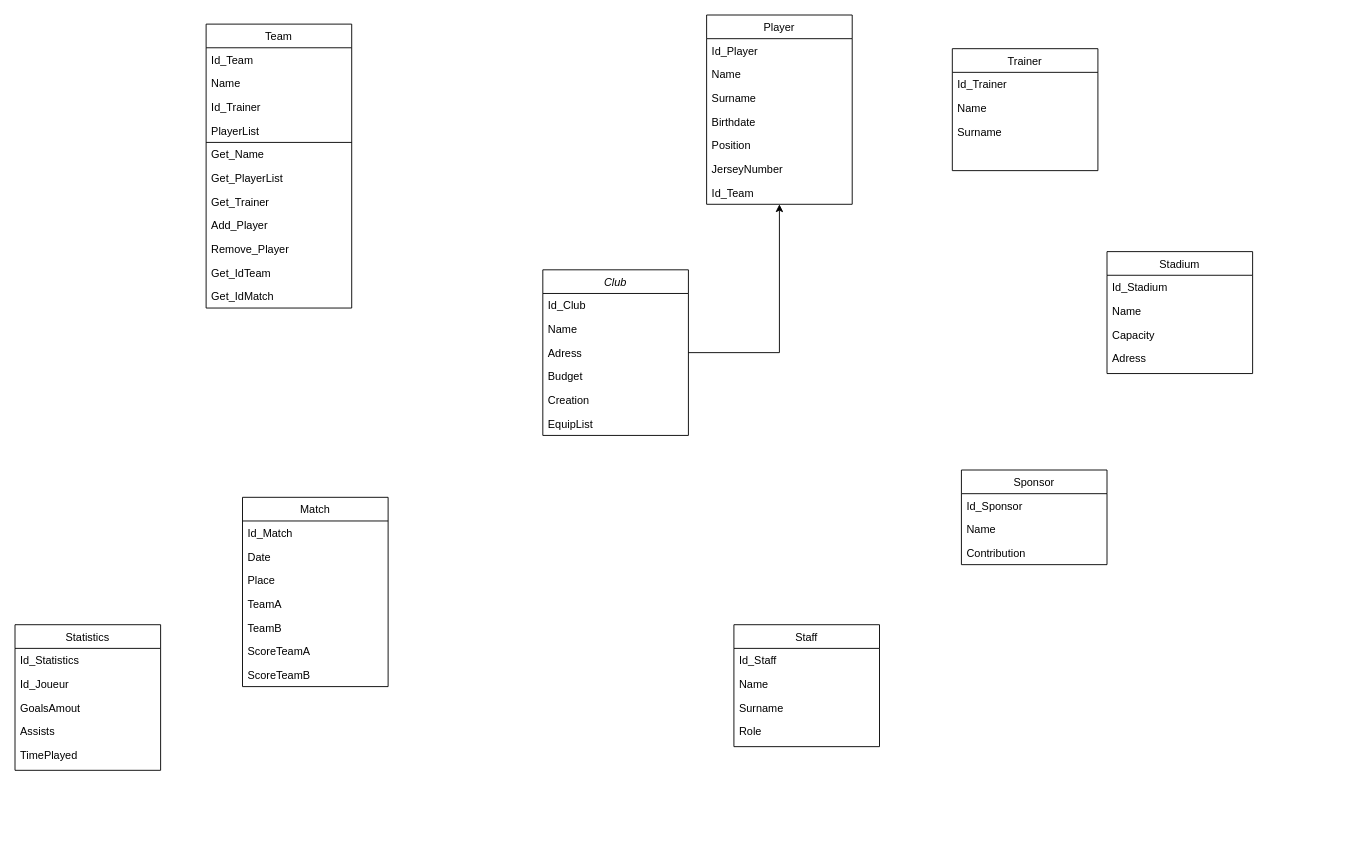
Earlier version of the draw.io diagram Diagramme sans nom.drawio (Maxou-153/MonomeBreche). Source tidied: cells renumbered, new cells numbered last; positions are measured from the earlier drawing's top-left corner, leaving out a move shared by most shapes. Both pictures are drawn from the tidied source at 91%, with x=0, y=0 at pixel (15, 15).
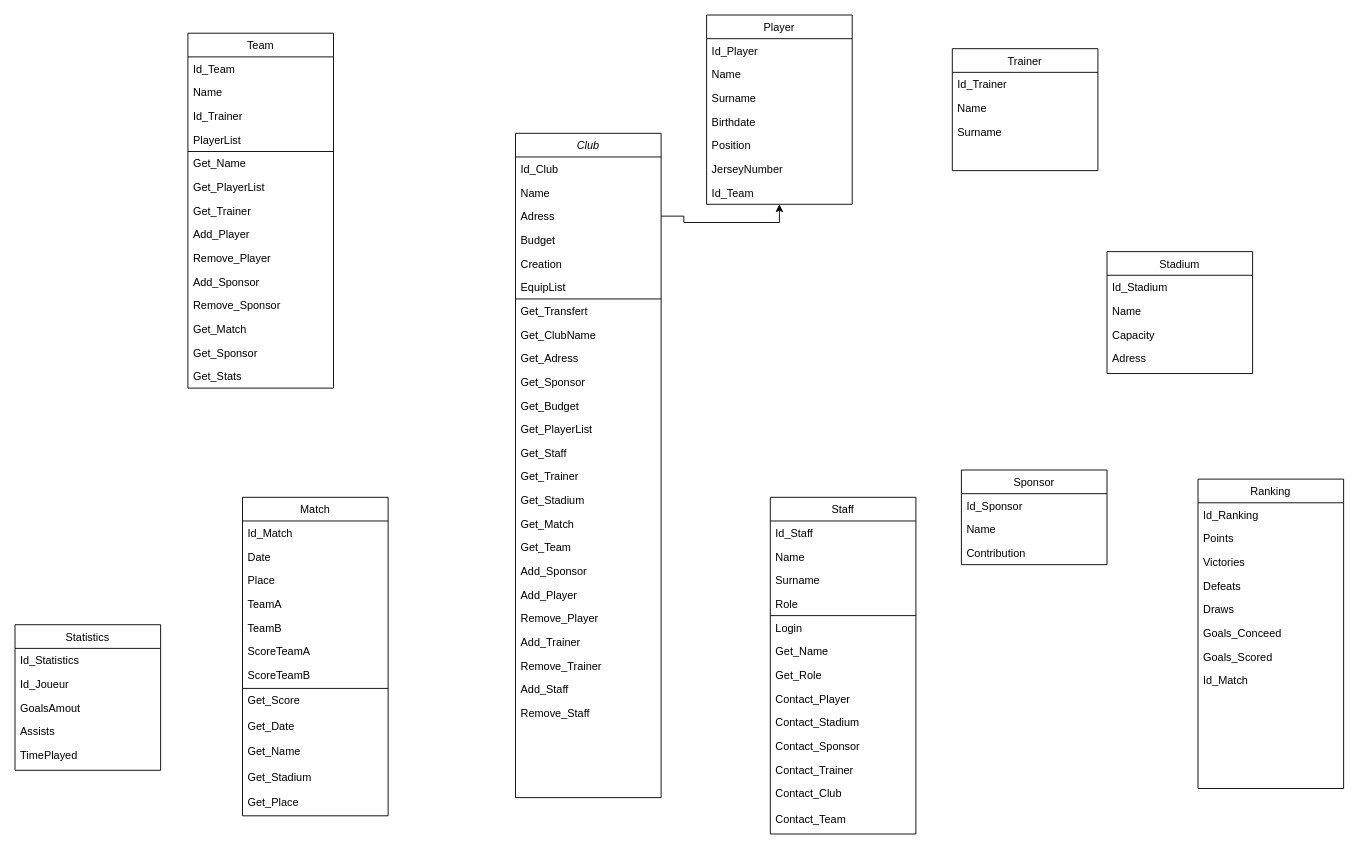
After the change.

Commit message (it also covers changes not shown here):
Mettre à jour Diagramme sans nom.drawio

Change to the diagram source:
```diff
@@
     <mxCell id="2" value="Club" style="swimlane;fontStyle=2;align=center;verticalAlign=top;horizontal=1;startSize=26;rounded=0;shadow=0;strokeWidth=1;" parent="1" vertex="1">
-      <mxGeometry x="580" y="280" width="160" height="182" as="geometry" />
+      <mxGeometry x="550" y="130" width="160" height="730" as="geometry" />
     </mxCell>
@@
+    <mxCell id="63" style="endArrow=none;html=1;rounded=0;" parent="2" edge="1">
+      <mxGeometry relative="1" as="geometry">
+        <mxPoint y="182" as="sourcePoint" />
+        <mxPoint x="160" y="182" as="targetPoint" />
+      </mxGeometry>
+    </mxCell>
+    <mxCell id="64" value="Get_Transfert" style="text;align=left;verticalAlign=top;spacingLeft=4;spacingRight=4;overflow=hidden;rounded=0;shadow=0;html=0;" parent="2" vertex="1">
+      <mxGeometry y="182" width="160" height="26" as="geometry" />
+    </mxCell>
+    <mxCell id="65" value="Get_ClubName" style="text;align=left;verticalAlign=top;spacingLeft=4;spacingRight=4;overflow=hidden;rounded=0;shadow=0;html=0;" parent="2" vertex="1">
+      <mxGeometry y="208" width="160" height="26" as="geometry" />
+    </mxCell>
+    <mxCell id="66" value="Get_Adress" style="text;align=left;verticalAlign=top;spacingLeft=4;spacingRight=4;overflow=hidden;rounded=0;shadow=0;html=0;" parent="2" vertex="1">
+      <mxGeometry y="234" width="160" height="26" as="geometry" />
+    </mxCell>
+    <mxCell id="67" value="Get_Sponsor" style="text;align=left;verticalAlign=top;spacingLeft=4;spacingRight=4;overflow=hidden;rounded=0;shadow=0;html=0;" parent="2" vertex="1">
+      <mxGeometry y="260" width="160" height="26" as="geometry" />
+    </mxCell>
+    <mxCell id="68" value="Get_Budget" style="text;align=left;verticalAlign=top;spacingLeft=4;spacingRight=4;overflow=hidden;rounded=0;shadow=0;html=0;" parent="2" vertex="1">
+      <mxGeometry y="286" width="160" height="26" as="geometry" />
+    </mxCell>
+    <mxCell id="69" value="Get_PlayerList" style="text;align=left;verticalAlign=top;spacingLeft=4;spacingRight=4;overflow=hidden;rounded=0;shadow=0;html=0;" parent="2" vertex="1">
+      <mxGeometry y="312" width="160" height="26" as="geometry" />
+    </mxCell>
+    <mxCell id="70" value="Get_Staff" style="text;align=left;verticalAlign=top;spacingLeft=4;spacingRight=4;overflow=hidden;rounded=0;shadow=0;html=0;" parent="2" vertex="1">
+      <mxGeometry y="338" width="160" height="26" as="geometry" />
+    </mxCell>
+    <mxCell id="71" value="Get_Trainer" style="text;align=left;verticalAlign=top;spacingLeft=4;spacingRight=4;overflow=hidden;rounded=0;shadow=0;html=0;" parent="2" vertex="1">
+      <mxGeometry y="364" width="160" height="26" as="geometry" />
+    </mxCell>
+    <mxCell id="72" value="Get_Stadium" style="text;align=left;verticalAlign=top;spacingLeft=4;spacingRight=4;overflow=hidden;rounded=0;shadow=0;html=0;" parent="2" vertex="1">
+      <mxGeometry y="390" width="160" height="26" as="geometry" />
+    </mxCell>
+    <mxCell id="73" value="Get_Match" style="text;align=left;verticalAlign=top;spacingLeft=4;spacingRight=4;overflow=hidden;rounded=0;shadow=0;html=0;" parent="2" vertex="1">
+      <mxGeometry y="416" width="160" height="26" as="geometry" />
+    </mxCell>
+    <mxCell id="74" value="Get_Team" style="text;align=left;verticalAlign=top;spacingLeft=4;spacingRight=4;overflow=hidden;rounded=0;shadow=0;html=0;" parent="2" vertex="1">
+      <mxGeometry y="442" width="160" height="26" as="geometry" />
+    </mxCell>
+    <mxCell id="75" value="Add_Sponsor" style="text;align=left;verticalAlign=top;spacingLeft=4;spacingRight=4;overflow=hidden;rounded=0;shadow=0;html=0;" parent="2" vertex="1">
+      <mxGeometry y="468" width="160" height="26" as="geometry" />
+    </mxCell>
+    <mxCell id="76" value="Add_Player" style="text;align=left;verticalAlign=top;spacingLeft=4;spacingRight=4;overflow=hidden;rounded=0;shadow=0;html=0;" parent="2" vertex="1">
+      <mxGeometry y="494" width="160" height="26" as="geometry" />
+    </mxCell>
+    <mxCell id="77" value="Remove_Player" style="text;align=left;verticalAlign=top;spacingLeft=4;spacingRight=4;overflow=hidden;rounded=0;shadow=0;html=0;" parent="2" vertex="1">
+      <mxGeometry y="520" width="160" height="26" as="geometry" />
+    </mxCell>
+    <mxCell id="78" value="Add_Trainer" style="text;align=left;verticalAlign=top;spacingLeft=4;spacingRight=4;overflow=hidden;rounded=0;shadow=0;html=0;" parent="2" vertex="1">
+      <mxGeometry y="546" width="160" height="26" as="geometry" />
+    </mxCell>
+    <mxCell id="79" value="Remove_Trainer" style="text;align=left;verticalAlign=top;spacingLeft=4;spacingRight=4;overflow=hidden;rounded=0;shadow=0;html=0;" parent="2" vertex="1">
+      <mxGeometry y="572" width="160" height="26" as="geometry" />
+    </mxCell>
+    <mxCell id="80" value="Add_Staff" style="text;align=left;verticalAlign=top;spacingLeft=4;spacingRight=4;overflow=hidden;rounded=0;shadow=0;html=0;" parent="2" vertex="1">
+      <mxGeometry y="598" width="160" height="26" as="geometry" />
+    </mxCell>
+    <mxCell id="81" value="Remove_Staff" style="text;align=left;verticalAlign=top;spacingLeft=4;spacingRight=4;overflow=hidden;rounded=0;shadow=0;html=0;" parent="2" vertex="1">
+      <mxGeometry y="624" width="160" height="26" as="geometry" />
+    </mxCell>
@@
     <mxCell id="17" value="Team" style="swimlane;fontStyle=0;align=center;verticalAlign=top;horizontal=1;startSize=26;rounded=0;shadow=0;strokeWidth=1;" parent="1" vertex="1">
-      <mxGeometry x="210" y="10" width="160" height="312" as="geometry" />
+      <mxGeometry x="190" y="20" width="160" height="390" as="geometry" />
     </mxCell>
@@
-    <mxCell id="28" value="Get_IdTeam" style="text;align=left;verticalAlign=top;spacingLeft=4;spacingRight=4;overflow=hidden;rounded=0;shadow=0;html=0;" parent="17" vertex="1">
-      <mxGeometry y="260" width="160" height="26" as="geometry" />
-    </mxCell>
-    <mxCell id="29" value="Get_IdMatch" style="text;align=left;verticalAlign=top;spacingLeft=4;spacingRight=4;overflow=hidden;rounded=0;shadow=0;html=0;" parent="17" vertex="1">
-      <mxGeometry y="286" width="160" height="26" as="geometry" />
-    </mxCell>
+    <mxCell id="82" value="Add_Sponsor" style="text;align=left;verticalAlign=top;spacingLeft=4;spacingRight=4;overflow=hidden;rounded=0;shadow=0;html=0;" parent="17" vertex="1">
+      <mxGeometry y="260" width="160" height="26" as="geometry" />
+    </mxCell>
+    <mxCell id="83" value="Remove_Sponsor" style="text;align=left;verticalAlign=top;spacingLeft=4;spacingRight=4;overflow=hidden;rounded=0;shadow=0;html=0;" parent="17" vertex="1">
+      <mxGeometry y="286" width="160" height="26" as="geometry" />
+    </mxCell>
+    <mxCell id="84" value="Get_Match" style="text;align=left;verticalAlign=top;spacingLeft=4;spacingRight=4;overflow=hidden;rounded=0;shadow=0;html=0;" parent="17" vertex="1">
+      <mxGeometry y="312" width="160" height="26" as="geometry" />
+    </mxCell>
+    <mxCell id="85" value="Get_Sponsor" style="text;align=left;verticalAlign=top;spacingLeft=4;spacingRight=4;overflow=hidden;rounded=0;shadow=0;html=0;" parent="17" vertex="1">
+      <mxGeometry y="338" width="160" height="26" as="geometry" />
+    </mxCell>
+    <mxCell id="86" value="Get_Stats" style="text;align=left;verticalAlign=top;spacingLeft=4;spacingRight=4;overflow=hidden;rounded=0;shadow=0;html=0;" parent="17" vertex="1">
+      <mxGeometry y="364" width="160" height="26" as="geometry" />
+    </mxCell>
@@
     <mxCell id="34" value="Match" style="swimlane;fontStyle=0;align=center;verticalAlign=top;horizontal=1;startSize=26;rounded=0;shadow=0;strokeWidth=1;" parent="1" vertex="1">
-      <mxGeometry x="250" y="530" width="160" height="208" as="geometry" />
+      <mxGeometry x="250" y="530" width="160" height="350" as="geometry" />
     </mxCell>
@@
     <mxCell id="41" value="ScoreTeamB" style="text;align=left;verticalAlign=top;spacingLeft=4;spacingRight=4;overflow=hidden;" parent="34" vertex="1">
-      <mxGeometry y="182" width="160" height="26" as="geometry" />
+      <mxGeometry y="182" width="160" height="28" as="geometry" />
     </mxCell>
+    <mxCell id="87" style="endArrow=none;html=1;rounded=0;" parent="34" edge="1">
+      <mxGeometry relative="1" as="geometry">
+        <mxPoint y="210" as="sourcePoint" />
+        <mxPoint x="160" y="210" as="targetPoint" />
+      </mxGeometry>
+    </mxCell>
+    <mxCell id="88" value="Get_Score" style="text;align=left;verticalAlign=top;spacingLeft=4;spacingRight=4;overflow=hidden;rounded=0;shadow=0;html=0;" parent="34" vertex="1">
+      <mxGeometry y="210" width="160" height="28" as="geometry" />
+    </mxCell>
+    <mxCell id="89" value="Get_Date" style="text;align=left;verticalAlign=top;spacingLeft=4;spacingRight=4;overflow=hidden;rounded=0;shadow=0;html=0;" parent="34" vertex="1">
+      <mxGeometry y="238" width="160" height="28" as="geometry" />
+    </mxCell>
+    <mxCell id="90" value="Get_Name" style="text;align=left;verticalAlign=top;spacingLeft=4;spacingRight=4;overflow=hidden;rounded=0;shadow=0;html=0;" parent="34" vertex="1">
+      <mxGeometry y="266" width="160" height="28" as="geometry" />
+    </mxCell>
+    <mxCell id="91" value="Get_Stadium" style="text;align=left;verticalAlign=top;spacingLeft=4;spacingRight=4;overflow=hidden;rounded=0;shadow=0;html=0;" parent="34" vertex="1">
+      <mxGeometry y="294" width="160" height="28" as="geometry" />
+    </mxCell>
+    <mxCell id="92" value="Get_Place" style="text;align=left;verticalAlign=top;spacingLeft=4;spacingRight=4;overflow=hidden;rounded=0;shadow=0;html=0;" parent="34" vertex="1">
+      <mxGeometry y="322" width="160" height="28" as="geometry" />
+    </mxCell>
@@
     <mxCell id="51" value="Staff" style="swimlane;fontStyle=0;align=center;verticalAlign=top;horizontal=1;startSize=26;rounded=0;shadow=0;strokeWidth=1;" parent="1" vertex="1">
-      <mxGeometry x="790" y="670" width="160" height="134" as="geometry" />
+      <mxGeometry x="830" y="530" width="160" height="370" as="geometry" />
     </mxCell>
@@
+    <mxCell id="93" style="endArrow=none;html=1;rounded=0;" parent="51" edge="1">
+      <mxGeometry relative="1" as="geometry">
+        <mxPoint y="130" as="sourcePoint" />
+        <mxPoint x="160" y="130" as="targetPoint" />
+      </mxGeometry>
+    </mxCell>
+    <mxCell id="94" value="Login" style="text;align=left;verticalAlign=top;spacingLeft=4;spacingRight=4;overflow=hidden;rounded=0;shadow=0;html=0;" parent="51" vertex="1">
+      <mxGeometry y="130" width="160" height="26" as="geometry" />
+    </mxCell>
+    <mxCell id="95" value="Get_Name" style="text;align=left;verticalAlign=top;spacingLeft=4;spacingRight=4;overflow=hidden;rounded=0;shadow=0;html=0;" parent="51" vertex="1">
+      <mxGeometry y="156" width="160" height="26" as="geometry" />
+    </mxCell>
+    <mxCell id="96" value="Get_Role" style="text;align=left;verticalAlign=top;spacingLeft=4;spacingRight=4;overflow=hidden;rounded=0;shadow=0;html=0;" parent="51" vertex="1">
+      <mxGeometry y="182" width="160" height="26" as="geometry" />
+    </mxCell>
+    <mxCell id="97" value="Contact_Player" style="text;align=left;verticalAlign=top;spacingLeft=4;spacingRight=4;overflow=hidden;rounded=0;shadow=0;html=0;" parent="51" vertex="1">
+      <mxGeometry y="208" width="160" height="26" as="geometry" />
+    </mxCell>
+    <mxCell id="98" value="Contact_Stadium" style="text;align=left;verticalAlign=top;spacingLeft=4;spacingRight=4;overflow=hidden;rounded=0;shadow=0;html=0;" parent="51" vertex="1">
+      <mxGeometry y="234" width="160" height="26" as="geometry" />
+    </mxCell>
+    <mxCell id="99" value="Contact_Sponsor" style="text;align=left;verticalAlign=top;spacingLeft=4;spacingRight=4;overflow=hidden;rounded=0;shadow=0;html=0;" parent="51" vertex="1">
+      <mxGeometry y="260" width="160" height="26" as="geometry" />
+    </mxCell>
+    <mxCell id="100" value="Contact_Trainer" style="text;align=left;verticalAlign=top;spacingLeft=4;spacingRight=4;overflow=hidden;rounded=0;shadow=0;html=0;" parent="51" vertex="1">
+      <mxGeometry y="286" width="160" height="26" as="geometry" />
+    </mxCell>
+    <mxCell id="101" value="Contact_Club" style="text;align=left;verticalAlign=top;spacingLeft=4;spacingRight=4;overflow=hidden;rounded=0;shadow=0;html=0;" parent="51" vertex="1">
+      <mxGeometry y="312" width="160" height="28" as="geometry" />
+    </mxCell>
+    <mxCell id="102" value="Contact_Team" style="text;align=left;verticalAlign=top;spacingLeft=4;spacingRight=4;overflow=hidden;rounded=0;shadow=0;html=0;" parent="51" vertex="1">
+      <mxGeometry y="340" width="160" height="28" as="geometry" />
+    </mxCell>
@@
+    <mxCell id="103" value="Ranking" style="swimlane;fontStyle=0;align=center;verticalAlign=top;horizontal=1;startSize=26;rounded=0;shadow=0;strokeWidth=1;" parent="1" vertex="1">
+      <mxGeometry x="1300" y="510" width="160" height="340" as="geometry" />
+    </mxCell>
+    <mxCell id="104" value="Id_Ranking" style="text;align=left;verticalAlign=top;spacingLeft=4;spacingRight=4;overflow=hidden;" parent="103" vertex="1">
+      <mxGeometry y="26" width="160" height="26" as="geometry" />
+    </mxCell>
+    <mxCell id="105" value="Points" style="text;align=left;verticalAlign=top;spacingLeft=4;spacingRight=4;overflow=hidden;rounded=0;shadow=0;html=0;" parent="103" vertex="1">
+      <mxGeometry y="52" width="160" height="26" as="geometry" />
+    </mxCell>
+    <mxCell id="106" value="Victories" style="text;align=left;verticalAlign=top;spacingLeft=4;spacingRight=4;overflow=hidden;rounded=0;shadow=0;html=0;" parent="103" vertex="1">
+      <mxGeometry y="78" width="160" height="26" as="geometry" />
+    </mxCell>
+    <mxCell id="107" value="Defeats" style="text;align=left;verticalAlign=top;spacingLeft=4;spacingRight=4;overflow=hidden;rounded=0;shadow=0;html=0;" parent="103" vertex="1">
+      <mxGeometry y="104" width="160" height="26" as="geometry" />
+    </mxCell>
+    <mxCell id="108" value="Draws" style="text;align=left;verticalAlign=top;spacingLeft=4;spacingRight=4;overflow=hidden;rounded=0;shadow=0;html=0;" parent="103" vertex="1">
+      <mxGeometry y="130" width="160" height="26" as="geometry" />
+    </mxCell>
+    <mxCell id="109" value="Goals_Conceed" style="text;align=left;verticalAlign=top;spacingLeft=4;spacingRight=4;overflow=hidden;rounded=0;shadow=0;html=0;" parent="103" vertex="1">
+      <mxGeometry y="156" width="160" height="26" as="geometry" />
+    </mxCell>
+    <mxCell id="110" value="Goals_Scored" style="text;align=left;verticalAlign=top;spacingLeft=4;spacingRight=4;overflow=hidden;rounded=0;shadow=0;html=0;" parent="103" vertex="1">
+      <mxGeometry y="182" width="160" height="26" as="geometry" />
+    </mxCell>
+    <mxCell id="111" value="Id_Match" style="text;align=left;verticalAlign=top;spacingLeft=4;spacingRight=4;overflow=hidden;rounded=0;shadow=0;html=0;" parent="103" vertex="1">
+      <mxGeometry y="208" width="160" height="26" as="geometry" />
+    </mxCell>
```
